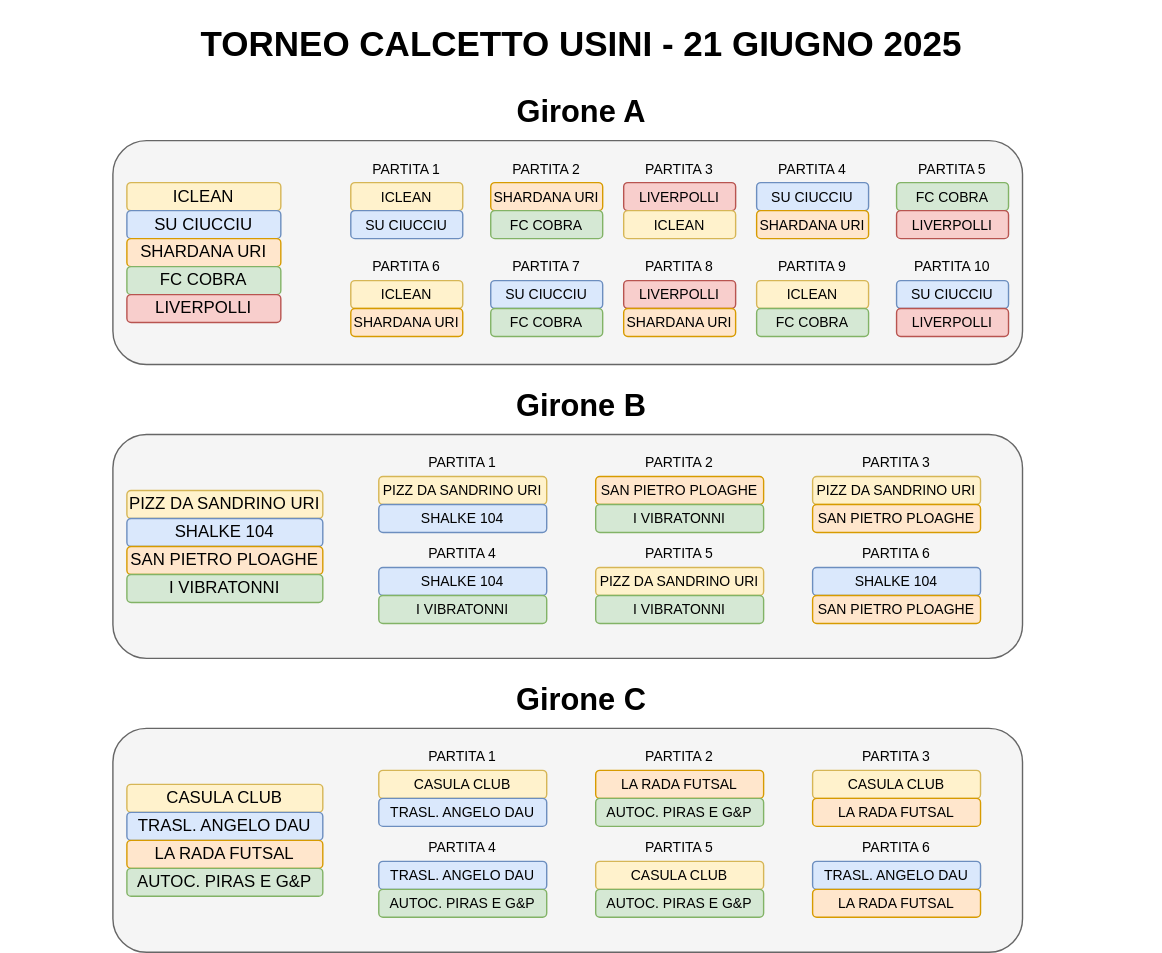
cscalaresu/tornei keeps this draw.io diagram as torneo-calcetto-2025/tabellone.svg. Above is the earlier version. Source tidied: cells renumbered, new cells last; positions are measured from the earlier drawing's top-left corner, leaving out a move shared by most shapes.
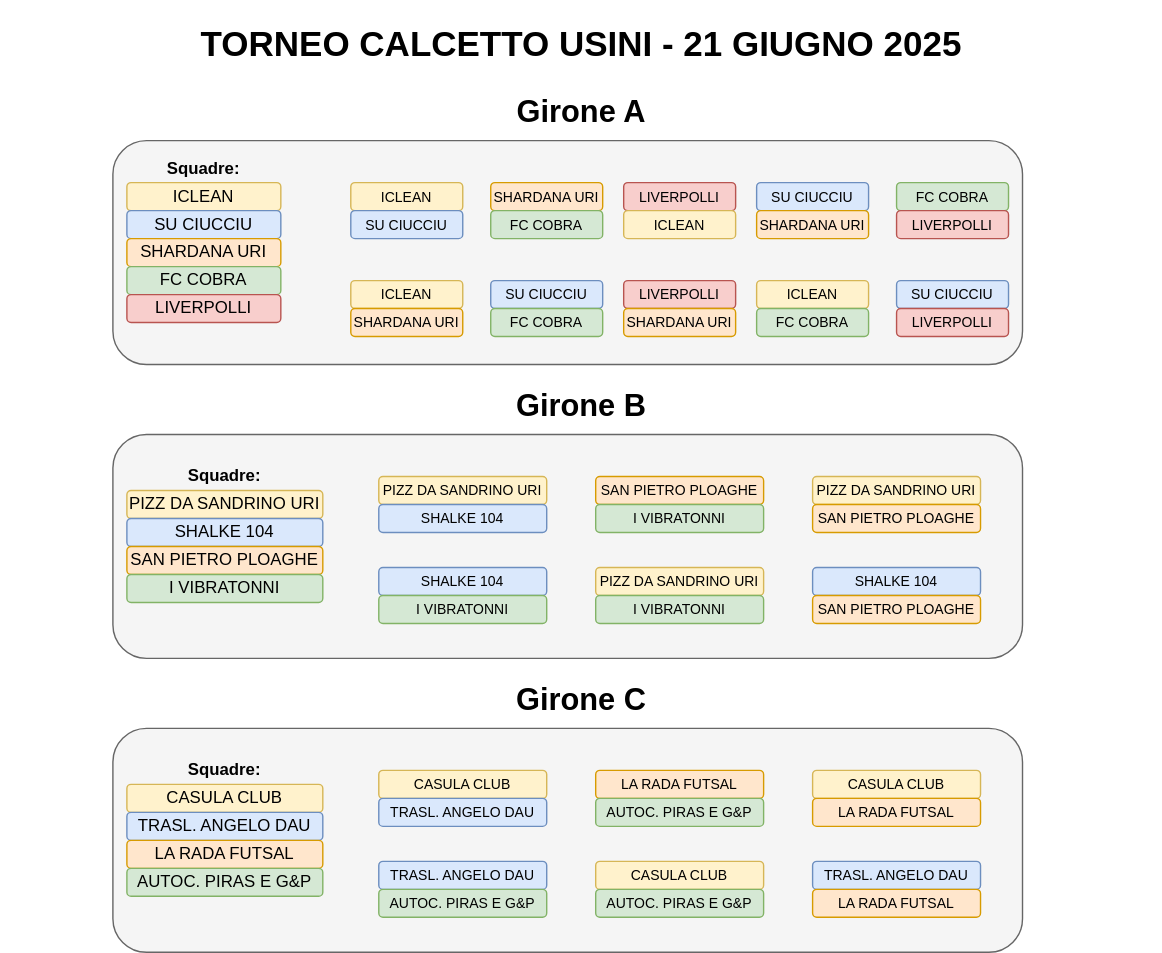
After the commit.

Change to the diagram source:
```diff
@@ -86,36 +86,6 @@
     <mxCell id="29" value="&lt;font style=&quot;font-size: 10px;&quot;&gt;LIVERPOLLI&lt;/font&gt;" style="rounded=1;whiteSpace=wrap;html=1;fillColor=#f8cecc;strokeColor=#b85450;" parent="1" vertex="1">
       <mxGeometry x="640" y="220" width="80" height="20" as="geometry" />
     </mxCell>
-    <mxCell id="30" value="&lt;font style=&quot;font-size: 10px;&quot;&gt;PARTITA 1&lt;/font&gt;" style="text;html=1;align=center;verticalAlign=middle;whiteSpace=wrap;rounded=0;" parent="1" vertex="1">
-      <mxGeometry x="250" y="110" width="80" height="20" as="geometry" />
-    </mxCell>
-    <mxCell id="31" value="&lt;font style=&quot;font-size: 10px;&quot;&gt;PARTITA 2&lt;/font&gt;" style="text;html=1;align=center;verticalAlign=middle;whiteSpace=wrap;rounded=0;" parent="1" vertex="1">
-      <mxGeometry x="350" y="110" width="80" height="20" as="geometry" />
-    </mxCell>
-    <mxCell id="32" value="&lt;font style=&quot;font-size: 10px;&quot;&gt;PARTITA 3&lt;/font&gt;" style="text;html=1;align=center;verticalAlign=middle;whiteSpace=wrap;rounded=0;" parent="1" vertex="1">
-      <mxGeometry x="445" y="110" width="80" height="20" as="geometry" />
-    </mxCell>
-    <mxCell id="33" value="&lt;font style=&quot;font-size: 10px;&quot;&gt;PARTITA 4&lt;/font&gt;" style="text;html=1;align=center;verticalAlign=middle;whiteSpace=wrap;rounded=0;" parent="1" vertex="1">
-      <mxGeometry x="540" y="110" width="80" height="20" as="geometry" />
-    </mxCell>
-    <mxCell id="34" value="&lt;font style=&quot;font-size: 10px;&quot;&gt;PARTITA 5&lt;/font&gt;" style="text;html=1;align=center;verticalAlign=middle;whiteSpace=wrap;rounded=0;" parent="1" vertex="1">
-      <mxGeometry x="640" y="110" width="80" height="20" as="geometry" />
-    </mxCell>
-    <mxCell id="35" value="&lt;font style=&quot;font-size: 10px;&quot;&gt;PARTITA 6&lt;/font&gt;" style="text;html=1;align=center;verticalAlign=middle;whiteSpace=wrap;rounded=0;" parent="1" vertex="1">
-      <mxGeometry x="250" y="180" width="80" height="20" as="geometry" />
-    </mxCell>
-    <mxCell id="36" value="&lt;font style=&quot;font-size: 10px;&quot;&gt;PARTITA 7&lt;/font&gt;" style="text;html=1;align=center;verticalAlign=middle;whiteSpace=wrap;rounded=0;" parent="1" vertex="1">
-      <mxGeometry x="350" y="180" width="80" height="20" as="geometry" />
-    </mxCell>
-    <mxCell id="37" value="&lt;font style=&quot;font-size: 10px;&quot;&gt;PARTITA 8&lt;/font&gt;" style="text;html=1;align=center;verticalAlign=middle;whiteSpace=wrap;rounded=0;" parent="1" vertex="1">
-      <mxGeometry x="445" y="180" width="80" height="20" as="geometry" />
-    </mxCell>
-    <mxCell id="38" value="&lt;font style=&quot;font-size: 10px;&quot;&gt;PARTITA 9&lt;/font&gt;" style="text;html=1;align=center;verticalAlign=middle;whiteSpace=wrap;rounded=0;" parent="1" vertex="1">
-      <mxGeometry x="540" y="180" width="80" height="20" as="geometry" />
-    </mxCell>
-    <mxCell id="39" value="&lt;font style=&quot;font-size: 10px;&quot;&gt;PARTITA 10&lt;/font&gt;" style="text;html=1;align=center;verticalAlign=middle;whiteSpace=wrap;rounded=0;" parent="1" vertex="1">
-      <mxGeometry x="640" y="180" width="80" height="20" as="geometry" />
-    </mxCell>
     <mxCell id="40" style="rounded=1;whiteSpace=wrap;html=1;fillColor=#f5f5f5;fontColor=#333333;strokeColor=#666666;" parent="1" vertex="1">
       <mxGeometry x="80" y="310" width="650" height="160" as="geometry" />
     </mxCell>
@@ -140,54 +110,36 @@
     <mxCell id="47" value="&lt;font style=&quot;font-size: 10px;&quot;&gt;SHALKE 104&lt;/font&gt;" style="rounded=1;whiteSpace=wrap;html=1;fillColor=#dae8fc;strokeColor=#6c8ebf;" parent="1" vertex="1">
       <mxGeometry x="270" y="360" width="120" height="20" as="geometry" />
     </mxCell>
-    <mxCell id="48" value="&lt;font style=&quot;font-size: 10px;&quot;&gt;PARTITA 1&lt;/font&gt;" style="text;html=1;align=center;verticalAlign=middle;whiteSpace=wrap;rounded=0;" parent="1" vertex="1">
-      <mxGeometry x="270" y="320" width="120" height="20" as="geometry" />
-    </mxCell>
     <mxCell id="49" value="&lt;font style=&quot;font-size: 10px;&quot;&gt;SAN PIETRO PLOAGHE&lt;/font&gt;" style="rounded=1;whiteSpace=wrap;html=1;fillColor=#ffe6cc;strokeColor=#d79b00;" parent="1" vertex="1">
       <mxGeometry x="425" y="340" width="120" height="20" as="geometry" />
     </mxCell>
     <mxCell id="50" value="&lt;font style=&quot;font-size: 10px;&quot;&gt;I VIBRATONNI&lt;/font&gt;" style="rounded=1;whiteSpace=wrap;html=1;fillColor=#d5e8d4;strokeColor=#82b366;" parent="1" vertex="1">
       <mxGeometry x="425" y="360" width="120" height="20" as="geometry" />
     </mxCell>
-    <mxCell id="51" value="&lt;font style=&quot;font-size: 10px;&quot;&gt;PARTITA 2&lt;/font&gt;" style="text;html=1;align=center;verticalAlign=middle;whiteSpace=wrap;rounded=0;" parent="1" vertex="1">
-      <mxGeometry x="425" y="320" width="120" height="20" as="geometry" />
-    </mxCell>
     <mxCell id="52" value="&lt;font style=&quot;font-size: 10px;&quot;&gt;PIZZ DA SANDRINO URI&lt;/font&gt;" style="rounded=1;whiteSpace=wrap;html=1;fillColor=#fff2cc;strokeColor=#d6b656;" parent="1" vertex="1">
       <mxGeometry x="580" y="340" width="120" height="20" as="geometry" />
     </mxCell>
     <mxCell id="53" value="&lt;font style=&quot;font-size: 10px;&quot;&gt;SAN PIETRO PLOAGHE&lt;/font&gt;" style="rounded=1;whiteSpace=wrap;html=1;fillColor=#ffe6cc;strokeColor=#d79b00;" parent="1" vertex="1">
       <mxGeometry x="580" y="360" width="120" height="20" as="geometry" />
     </mxCell>
-    <mxCell id="54" value="&lt;font style=&quot;font-size: 10px;&quot;&gt;PARTITA 3&lt;/font&gt;" style="text;html=1;align=center;verticalAlign=middle;whiteSpace=wrap;rounded=0;" parent="1" vertex="1">
-      <mxGeometry x="580" y="320" width="120" height="20" as="geometry" />
-    </mxCell>
     <mxCell id="55" value="&lt;font style=&quot;font-size: 10px;&quot;&gt;SHALKE 104&lt;/font&gt;" style="rounded=1;whiteSpace=wrap;html=1;fillColor=#dae8fc;strokeColor=#6c8ebf;" parent="1" vertex="1">
       <mxGeometry x="270" y="405" width="120" height="20" as="geometry" />
     </mxCell>
     <mxCell id="56" value="&lt;font style=&quot;font-size: 10px;&quot;&gt;I VIBRATONNI&lt;/font&gt;" style="rounded=1;whiteSpace=wrap;html=1;fillColor=#d5e8d4;strokeColor=#82b366;" parent="1" vertex="1">
       <mxGeometry x="270" y="425" width="120" height="20" as="geometry" />
     </mxCell>
-    <mxCell id="57" value="&lt;font style=&quot;font-size: 10px;&quot;&gt;PARTITA 4&lt;/font&gt;" style="text;html=1;align=center;verticalAlign=middle;whiteSpace=wrap;rounded=0;" parent="1" vertex="1">
-      <mxGeometry x="270" y="385" width="120" height="20" as="geometry" />
-    </mxCell>
     <mxCell id="58" value="&lt;font style=&quot;font-size: 10px;&quot;&gt;PIZZ DA SANDRINO URI&lt;/font&gt;" style="rounded=1;whiteSpace=wrap;html=1;fillColor=#fff2cc;strokeColor=#d6b656;" parent="1" vertex="1">
       <mxGeometry x="425" y="405" width="120" height="20" as="geometry" />
     </mxCell>
     <mxCell id="59" value="&lt;font style=&quot;font-size: 10px;&quot;&gt;I VIBRATONNI&lt;/font&gt;" style="rounded=1;whiteSpace=wrap;html=1;fillColor=#d5e8d4;strokeColor=#82b366;" parent="1" vertex="1">
       <mxGeometry x="425" y="425" width="120" height="20" as="geometry" />
     </mxCell>
-    <mxCell id="60" value="&lt;font style=&quot;font-size: 10px;&quot;&gt;PARTITA 5&lt;/font&gt;" style="text;html=1;align=center;verticalAlign=middle;whiteSpace=wrap;rounded=0;" parent="1" vertex="1">
-      <mxGeometry x="425" y="385" width="120" height="20" as="geometry" />
-    </mxCell>
     <mxCell id="61" value="&lt;font style=&quot;font-size: 10px;&quot;&gt;SHALKE 104&lt;/font&gt;" style="rounded=1;whiteSpace=wrap;html=1;fillColor=#dae8fc;strokeColor=#6c8ebf;" parent="1" vertex="1">
       <mxGeometry x="580" y="405" width="120" height="20" as="geometry" />
     </mxCell>
     <mxCell id="62" value="&lt;font style=&quot;font-size: 10px;&quot;&gt;SAN PIETRO PLOAGHE&lt;/font&gt;" style="rounded=1;whiteSpace=wrap;html=1;fillColor=#ffe6cc;strokeColor=#d79b00;" parent="1" vertex="1">
       <mxGeometry x="580" y="425" width="120" height="20" as="geometry" />
     </mxCell>
-    <mxCell id="63" value="&lt;font style=&quot;font-size: 10px;&quot;&gt;PARTITA 6&lt;/font&gt;" style="text;html=1;align=center;verticalAlign=middle;whiteSpace=wrap;rounded=0;" parent="1" vertex="1">
-      <mxGeometry x="580" y="385" width="120" height="20" as="geometry" />
-    </mxCell>
     <mxCell id="64" style="rounded=1;whiteSpace=wrap;html=1;fillColor=#f5f5f5;fontColor=#333333;strokeColor=#666666;" parent="1" vertex="1">
       <mxGeometry x="80" y="520" width="650" height="160" as="geometry" />
     </mxCell>
@@ -212,53 +164,44 @@
     <mxCell id="71" value="&lt;font style=&quot;font-size: 10px;&quot;&gt;TRASL. ANGELO DAU&lt;/font&gt;" style="rounded=1;whiteSpace=wrap;html=1;fillColor=#dae8fc;strokeColor=#6c8ebf;" parent="1" vertex="1">
       <mxGeometry x="270" y="570" width="120" height="20" as="geometry" />
     </mxCell>
-    <mxCell id="72" value="&lt;font style=&quot;font-size: 10px;&quot;&gt;PARTITA 1&lt;/font&gt;" style="text;html=1;align=center;verticalAlign=middle;whiteSpace=wrap;rounded=0;" parent="1" vertex="1">
-      <mxGeometry x="270" y="530" width="120" height="20" as="geometry" />
-    </mxCell>
     <mxCell id="73" value="&lt;font style=&quot;font-size: 10px;&quot;&gt;LA RADA FUTSAL&lt;/font&gt;" style="rounded=1;whiteSpace=wrap;html=1;fillColor=#ffe6cc;strokeColor=#d79b00;" parent="1" vertex="1">
       <mxGeometry x="425" y="550" width="120" height="20" as="geometry" />
     </mxCell>
     <mxCell id="74" value="&lt;font style=&quot;font-size: 10px;&quot;&gt;AUTOC. PIRAS E G&amp;amp;P&lt;/font&gt;" style="rounded=1;whiteSpace=wrap;html=1;fillColor=#d5e8d4;strokeColor=#82b366;" parent="1" vertex="1">
       <mxGeometry x="425" y="570" width="120" height="20" as="geometry" />
     </mxCell>
-    <mxCell id="75" value="&lt;font style=&quot;font-size: 10px;&quot;&gt;PARTITA 2&lt;/font&gt;" style="text;html=1;align=center;verticalAlign=middle;whiteSpace=wrap;rounded=0;" parent="1" vertex="1">
-      <mxGeometry x="425" y="530" width="120" height="20" as="geometry" />
-    </mxCell>
     <mxCell id="76" value="&lt;font style=&quot;font-size: 10px;&quot;&gt;CASULA CLUB&lt;/font&gt;" style="rounded=1;whiteSpace=wrap;html=1;fillColor=#fff2cc;strokeColor=#d6b656;" parent="1" vertex="1">
       <mxGeometry x="580" y="550" width="120" height="20" as="geometry" />
     </mxCell>
     <mxCell id="77" value="&lt;font style=&quot;font-size: 10px;&quot;&gt;LA RADA FUTSAL&lt;/font&gt;" style="rounded=1;whiteSpace=wrap;html=1;fillColor=#ffe6cc;strokeColor=#d79b00;" parent="1" vertex="1">
       <mxGeometry x="580" y="570" width="120" height="20" as="geometry" />
     </mxCell>
-    <mxCell id="78" value="&lt;font style=&quot;font-size: 10px;&quot;&gt;PARTITA 3&lt;/font&gt;" style="text;html=1;align=center;verticalAlign=middle;whiteSpace=wrap;rounded=0;" parent="1" vertex="1">
-      <mxGeometry x="580" y="530" width="120" height="20" as="geometry" />
-    </mxCell>
     <mxCell id="79" value="&lt;font style=&quot;font-size: 10px;&quot;&gt;TRASL. ANGELO DAU&lt;/font&gt;" style="rounded=1;whiteSpace=wrap;html=1;fillColor=#dae8fc;strokeColor=#6c8ebf;" parent="1" vertex="1">
       <mxGeometry x="270" y="615" width="120" height="20" as="geometry" />
     </mxCell>
     <mxCell id="80" value="&lt;font style=&quot;font-size: 10px;&quot;&gt;AUTOC. PIRAS E G&amp;amp;P&lt;/font&gt;" style="rounded=1;whiteSpace=wrap;html=1;fillColor=#d5e8d4;strokeColor=#82b366;" parent="1" vertex="1">
       <mxGeometry x="270" y="635" width="120" height="20" as="geometry" />
     </mxCell>
-    <mxCell id="81" value="&lt;font style=&quot;font-size: 10px;&quot;&gt;PARTITA 4&lt;/font&gt;" style="text;html=1;align=center;verticalAlign=middle;whiteSpace=wrap;rounded=0;" parent="1" vertex="1">
-      <mxGeometry x="270" y="595" width="120" height="20" as="geometry" />
-    </mxCell>
     <mxCell id="82" value="&lt;font style=&quot;font-size: 10px;&quot;&gt;CASULA CLUB&lt;/font&gt;" style="rounded=1;whiteSpace=wrap;html=1;fillColor=#fff2cc;strokeColor=#d6b656;" parent="1" vertex="1">
       <mxGeometry x="425" y="615" width="120" height="20" as="geometry" />
     </mxCell>
     <mxCell id="83" value="&lt;font style=&quot;font-size: 10px;&quot;&gt;AUTOC. PIRAS E G&amp;amp;P&lt;/font&gt;" style="rounded=1;whiteSpace=wrap;html=1;fillColor=#d5e8d4;strokeColor=#82b366;" parent="1" vertex="1">
       <mxGeometry x="425" y="635" width="120" height="20" as="geometry" />
     </mxCell>
-    <mxCell id="84" value="&lt;font style=&quot;font-size: 10px;&quot;&gt;PARTITA 5&lt;/font&gt;" style="text;html=1;align=center;verticalAlign=middle;whiteSpace=wrap;rounded=0;" parent="1" vertex="1">
-      <mxGeometry x="425" y="595" width="120" height="20" as="geometry" />
-    </mxCell>
     <mxCell id="85" value="&lt;font style=&quot;font-size: 10px;&quot;&gt;TRASL. ANGELO DAU&lt;/font&gt;" style="rounded=1;whiteSpace=wrap;html=1;fillColor=#dae8fc;strokeColor=#6c8ebf;" parent="1" vertex="1">
       <mxGeometry x="580" y="615" width="120" height="20" as="geometry" />
     </mxCell>
     <mxCell id="86" value="&lt;font style=&quot;font-size: 10px;&quot;&gt;LA RADA FUTSAL&lt;/font&gt;" style="rounded=1;whiteSpace=wrap;html=1;fillColor=#ffe6cc;strokeColor=#d79b00;" parent="1" vertex="1">
       <mxGeometry x="580" y="635" width="120" height="20" as="geometry" />
     </mxCell>
-    <mxCell id="87" value="&lt;font style=&quot;font-size: 10px;&quot;&gt;PARTITA 6&lt;/font&gt;" style="text;html=1;align=center;verticalAlign=middle;whiteSpace=wrap;rounded=0;" parent="1" vertex="1">
-      <mxGeometry x="580" y="595" width="120" height="20" as="geometry" />
-    </mxCell>
+    <mxCell id="88" value="&lt;b&gt;Squadre:&lt;/b&gt;" style="text;html=1;align=center;verticalAlign=middle;whiteSpace=wrap;rounded=0;" parent="1" vertex="1">
+      <mxGeometry x="90" y="110" width="110" height="20" as="geometry" />
+    </mxCell>
+    <mxCell id="89" value="&lt;b&gt;Squadre:&lt;/b&gt;" style="text;html=1;align=center;verticalAlign=middle;whiteSpace=wrap;rounded=0;" parent="1" vertex="1">
+      <mxGeometry x="105" y="330" width="110" height="20" as="geometry" />
+    </mxCell>
+    <mxCell id="90" value="&lt;b&gt;Squadre:&lt;/b&gt;" style="text;html=1;align=center;verticalAlign=middle;whiteSpace=wrap;rounded=0;" parent="1" vertex="1">
+      <mxGeometry x="105" y="540" width="110" height="20" as="geometry" />
+    </mxCell>
   </root>
 </mxGraphModel>
```
